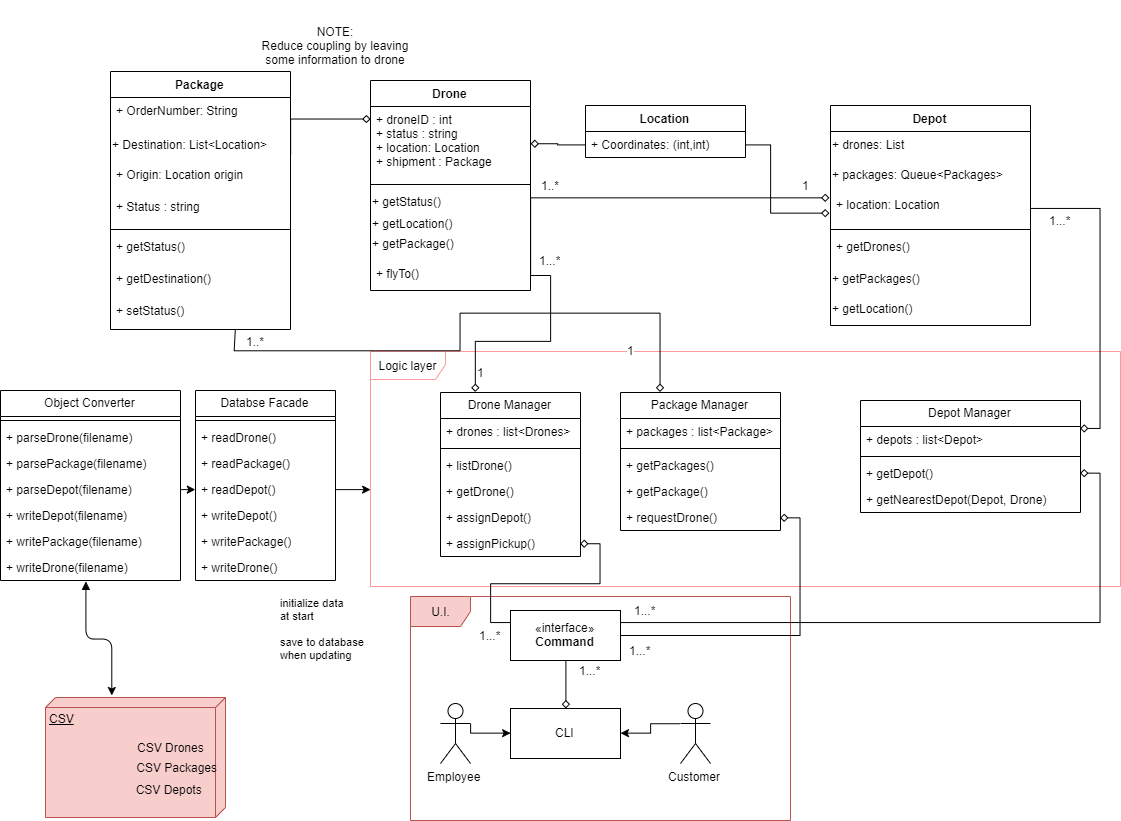
The draw.io diagram artifacts/Package Tracker Class Diagram.png in ssp7/Package-Tracker, before a commit. Source tidied: cells renumbered, new cells last; positions are measured from the earlier drawing's top-left corner, leaving out a move shared by most shapes.
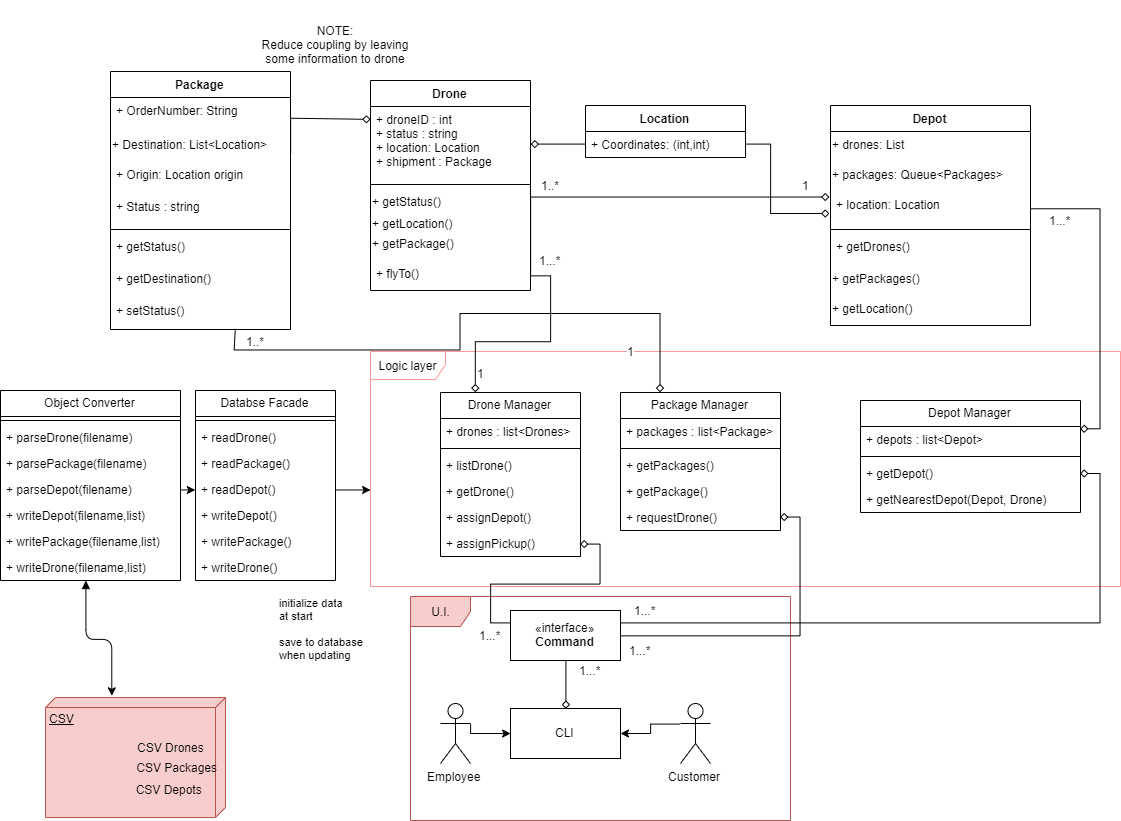
The same diagram one commit later.

Commit message:
Updated Class diagram to fix a small error, added toString to Drone

Diff of the diagram source:
```diff
@@ -274,13 +274,13 @@
     <mxCell id="81" value="+ parseDepot(filename)" style="text;strokeColor=none;fillColor=none;align=left;verticalAlign=top;spacingLeft=4;spacingRight=4;overflow=hidden;points=[[0,0.5],[1,0.5]];portConstraint=eastwest;" parent="77" vertex="1">
       <mxGeometry y="86" width="180" height="26" as="geometry" />
     </mxCell>
-    <mxCell id="82" value="+ writeDepot(filename)" style="text;strokeColor=none;fillColor=none;align=left;verticalAlign=top;spacingLeft=4;spacingRight=4;overflow=hidden;" parent="77" vertex="1">
+    <mxCell id="82" value="+ writeDepot(filename,list)" style="text;strokeColor=none;fillColor=none;align=left;verticalAlign=top;spacingLeft=4;spacingRight=4;overflow=hidden;" parent="77" vertex="1">
       <mxGeometry y="112" width="180" height="26" as="geometry" />
     </mxCell>
-    <mxCell id="83" value="+ writePackage(filename)" style="text;strokeColor=none;fillColor=none;align=left;verticalAlign=top;spacingLeft=4;spacingRight=4;overflow=hidden;" parent="77" vertex="1">
+    <mxCell id="83" value="+ writePackage(filename,list)" style="text;strokeColor=none;fillColor=none;align=left;verticalAlign=top;spacingLeft=4;spacingRight=4;overflow=hidden;" parent="77" vertex="1">
       <mxGeometry y="138" width="180" height="26" as="geometry" />
     </mxCell>
-    <mxCell id="84" value="+ writeDrone(filename)" style="text;strokeColor=none;fillColor=none;align=left;verticalAlign=top;spacingLeft=4;spacingRight=4;overflow=hidden;points=[[0,0.5],[1,0.5]];portConstraint=eastwest;" parent="77" vertex="1">
+    <mxCell id="84" value="+ writeDrone(filename,list)" style="text;strokeColor=none;fillColor=none;align=left;verticalAlign=top;spacingLeft=4;spacingRight=4;overflow=hidden;points=[[0,0.5],[1,0.5]];portConstraint=eastwest;" parent="77" vertex="1">
       <mxGeometry y="164" width="180" height="26" as="geometry" />
     </mxCell>
     <mxCell id="85" value="CSV" style="verticalAlign=top;align=left;spacingTop=8;spacingLeft=2;spacingRight=12;shape=cube;size=10;direction=south;fontStyle=4;html=1;fillColor=#f8cecc;strokeColor=#b85450;" parent="1" vertex="1">
```
